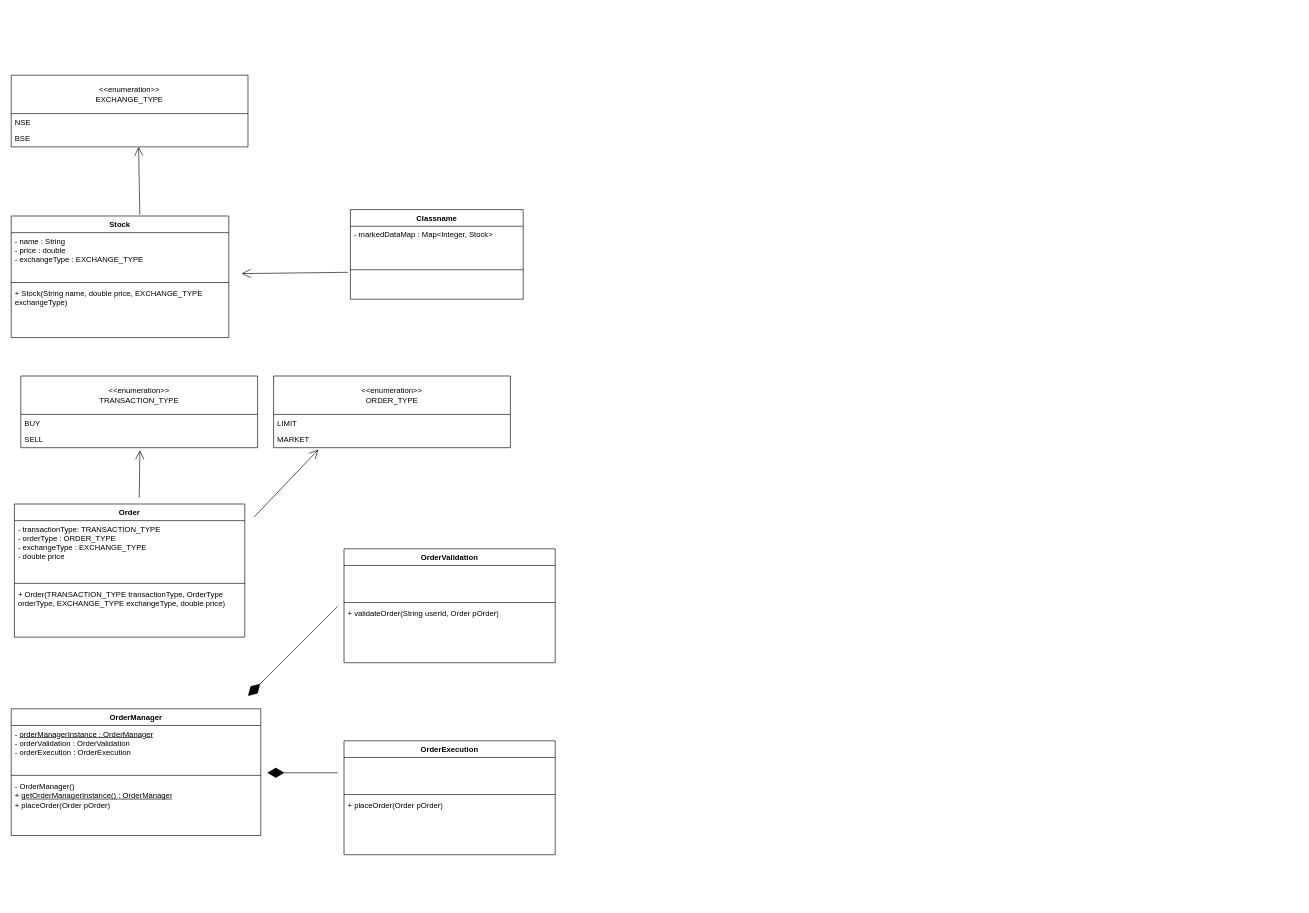
Earlier version of the draw.io diagram stockBroker(zerodha/upstock).drawio (Varma2116/system-design). Source tidied: cells renumbered, new cells numbered last; positions are measured from the earlier drawing's top-left corner, leaving out a move shared by most shapes. Both pictures are drawn from the tidied source at 64%, with x=0, y=0 at pixel (11, 75).
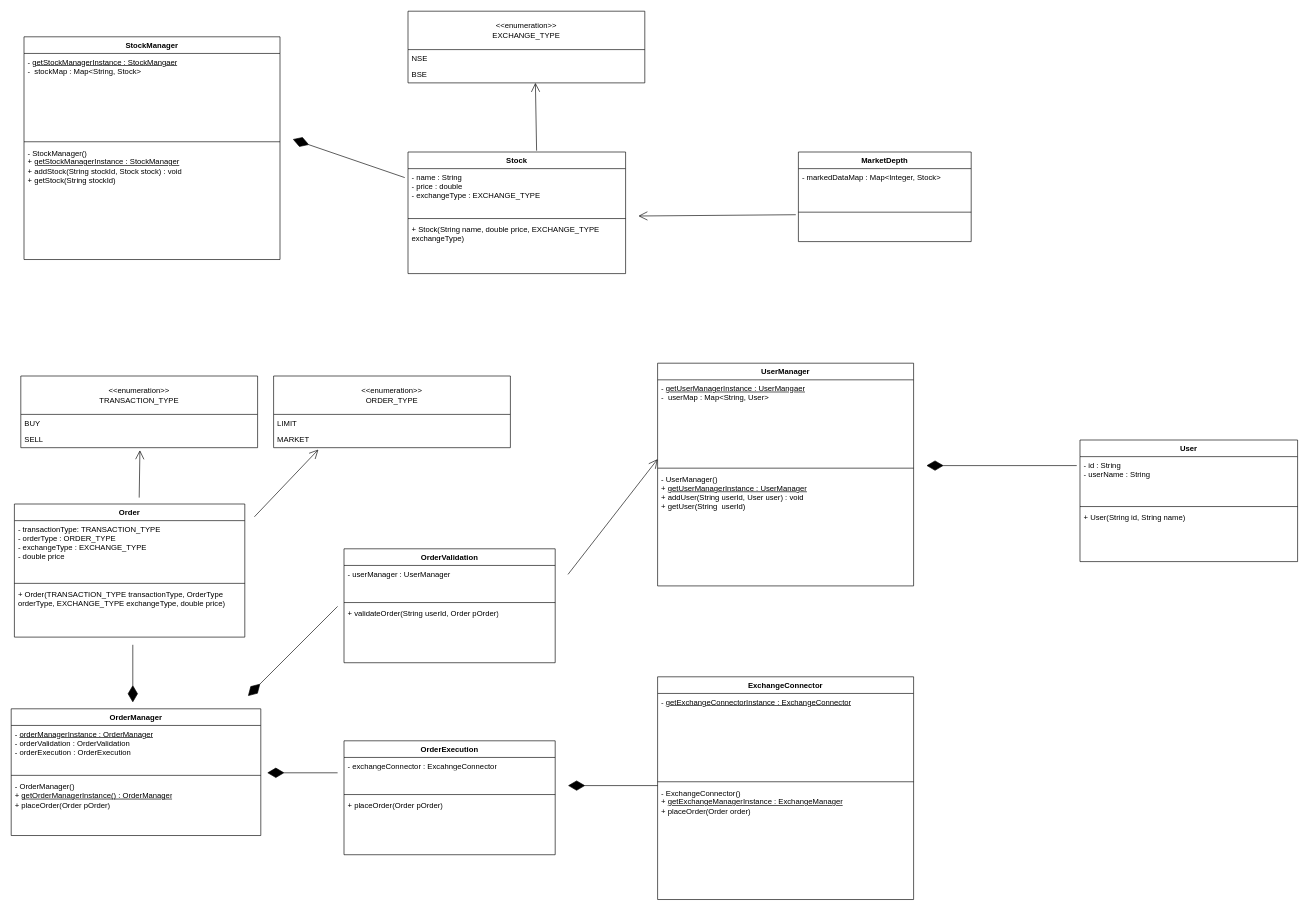
The same page after the edit.

Unchanged cells that the change refers to:
```xml
<mxCell id="3" value="- name : String&lt;div&gt;- price : double&lt;/div&gt;&lt;div&gt;- exchangeType : EXCHANGE_TYPE&lt;/div&gt;" style="text;strokeColor=none;fillColor=none;align=left;verticalAlign=top;spacingLeft=4;spacingRight=4;overflow=hidden;points=[[0,0.5],[1,0.5]];portConstraint=eastwest;whiteSpace=wrap;html=1;" parent="2" vertex="1">
  <mxGeometry y="26" width="340" height="74" as="geometry" />
</mxCell>
<mxCell id="9" value="&lt;div&gt;&lt;br&gt;&lt;/div&gt;" style="text;strokeColor=none;fillColor=none;align=left;verticalAlign=top;spacingLeft=4;spacingRight=4;overflow=hidden;points=[[0,0.5],[1,0.5]];portConstraint=eastwest;whiteSpace=wrap;html=1;" parent="6" vertex="1">
  <mxGeometry y="98" width="270" height="42" as="geometry" />
</mxCell>
<mxCell id="31" value="OrderValidation" style="swimlane;fontStyle=1;align=center;verticalAlign=top;horizontal=1;startSize=26;whiteSpace=wrap;html=1;" parent="1" vertex="1">
  <mxGeometry x="520" y="740" width="330" height="178" as="geometry" />
</mxCell>
<mxCell id="35" value="OrderExecution" style="swimlane;fontStyle=1;align=center;verticalAlign=top;horizontal=1;startSize=26;whiteSpace=wrap;html=1;" parent="1" vertex="1">
  <mxGeometry x="520" y="1040" width="330" height="178" as="geometry" />
</mxCell>
```

What changed in the source:
```diff
@@
     <mxCell id="2" value="Stock" style="swimlane;fontStyle=1;align=center;verticalAlign=top;horizontal=1;startSize=26;whiteSpace=wrap;html=1;" parent="1" vertex="1">
-      <mxGeometry y="220" width="340" height="190" as="geometry" />
+      <mxGeometry x="620" y="120" width="340" height="190" as="geometry" />
     </mxCell>
@@
-    <mxCell id="6" value="Classname" style="swimlane;fontStyle=1;align=center;verticalAlign=top;horizontal=1;startSize=26;whiteSpace=wrap;html=1;" parent="1" vertex="1">
-      <mxGeometry x="530" y="210" width="270" height="140" as="geometry" />
+    <mxCell id="6" value="MarketDepth" style="swimlane;fontStyle=1;align=center;verticalAlign=top;horizontal=1;startSize=26;whiteSpace=wrap;html=1;" parent="1" vertex="1">
+      <mxGeometry x="1230" y="120" width="270" height="140" as="geometry" />
     </mxCell>
@@
     <mxCell id="10" style="endArrow=open;endFill=1;endSize=12;html=1;rounded=0;exitX=-0.015;exitY=0;exitDx=0;exitDy=0;exitPerimeter=0;" parent="1" edge="1" source="9">
       <mxGeometry relative="1" as="geometry">
-        <mxPoint x="360" y="310" as="targetPoint" />
+        <mxPoint x="980" y="220" as="targetPoint" />
       </mxGeometry>
     </mxCell>
@@
     <mxCell id="15" value="&amp;lt;&amp;lt;enumeration&amp;gt;&amp;gt;&lt;div&gt;EXCHANGE_TYPE&lt;/div&gt;" style="swimlane;fontStyle=0;horizontal=1;startSize=60;fillColor=none;whiteSpace=wrap;html=1;" parent="1" vertex="1">
-      <mxGeometry width="370" height="112" as="geometry" />
+      <mxGeometry x="620" y="-100" width="370" height="112" as="geometry" />
     </mxCell>
@@
-    <mxCell id="32" value="&lt;div&gt;&lt;br&gt;&lt;/div&gt;" style="text;strokeColor=none;fillColor=none;align=left;verticalAlign=top;spacingLeft=4;spacingRight=4;overflow=hidden;whiteSpace=wrap;html=1;" parent="31" vertex="1">
+    <mxCell id="32" value="&lt;div&gt;- userManager : UserManager&lt;/div&gt;&lt;div&gt;&lt;br&gt;&lt;/div&gt;" style="text;strokeColor=none;fillColor=none;align=left;verticalAlign=top;spacingLeft=4;spacingRight=4;overflow=hidden;whiteSpace=wrap;html=1;" parent="31" vertex="1">
       <mxGeometry y="26" width="330" height="54" as="geometry" />
     </mxCell>
@@
-    <mxCell id="36" value="&lt;div&gt;&lt;br&gt;&lt;/div&gt;" style="text;strokeColor=none;fillColor=none;align=left;verticalAlign=top;spacingLeft=4;spacingRight=4;overflow=hidden;whiteSpace=wrap;html=1;" parent="35" vertex="1">
+    <mxCell id="36" value="&lt;div&gt;- exchangeConnector : ExcahngeConnector&lt;/div&gt;" style="text;strokeColor=none;fillColor=none;align=left;verticalAlign=top;spacingLeft=4;spacingRight=4;overflow=hidden;whiteSpace=wrap;html=1;" parent="35" vertex="1">
       <mxGeometry y="26" width="330" height="54" as="geometry" />
     </mxCell>
@@
+    <mxCell id="41" value="StockManager" style="swimlane;fontStyle=1;align=center;verticalAlign=top;horizontal=1;startSize=26;whiteSpace=wrap;html=1;" parent="1" vertex="1">
+      <mxGeometry x="20" y="-60" width="400" height="348" as="geometry" />
+    </mxCell>
+    <mxCell id="42" value="- &lt;u&gt;getStockManagerInstance : StockMangaer&lt;/u&gt;&lt;div&gt;-&amp;nbsp; stockMap : Map&amp;lt;String, Stock&amp;gt;&lt;/div&gt;" style="text;strokeColor=none;fillColor=none;align=left;verticalAlign=top;spacingLeft=4;spacingRight=4;overflow=hidden;whiteSpace=wrap;html=1;" parent="41" vertex="1">
+      <mxGeometry y="26" width="400" height="134" as="geometry" />
+    </mxCell>
+    <mxCell id="43" style="line;strokeWidth=1;fillColor=none;align=left;verticalAlign=middle;spacingTop=-1;spacingLeft=3;spacingRight=3;labelPosition=right;strokeColor=inherit;" parent="41" vertex="1">
+      <mxGeometry y="160" width="400" height="8" as="geometry" />
+    </mxCell>
+    <mxCell id="44" value="- StockManager()&lt;div&gt;+ &lt;u&gt;getStockManagerInstance : StockManager&lt;/u&gt;&lt;/div&gt;&lt;div&gt;+ addStock(String stockId, Stock stock) : void&lt;/div&gt;&lt;div&gt;+ getStock(String stockId)&lt;/div&gt;" style="text;strokeColor=none;fillColor=none;align=left;verticalAlign=top;spacingLeft=4;spacingRight=4;overflow=hidden;whiteSpace=wrap;html=1;" parent="41" vertex="1">
+      <mxGeometry y="168" width="400" height="180" as="geometry" />
+    </mxCell>
+    <mxCell id="45" style="endArrow=diamondThin;endFill=1;endSize=24;html=1;rounded=0;exitX=-0.015;exitY=0.189;exitDx=0;exitDy=0;exitPerimeter=0;" parent="1" edge="1" source="3">
+      <mxGeometry relative="1" as="geometry">
+        <mxPoint x="440" y="100" as="targetPoint" />
+      </mxGeometry>
+    </mxCell>
+    <mxCell id="46" value="User" style="swimlane;fontStyle=1;align=center;verticalAlign=top;horizontal=1;startSize=26;whiteSpace=wrap;html=1;" parent="1" vertex="1">
+      <mxGeometry x="1670" y="570" width="340" height="190" as="geometry" />
+    </mxCell>
+    <mxCell id="47" value="- id : String&lt;div&gt;- userName : String&lt;/div&gt;" style="text;strokeColor=none;fillColor=none;align=left;verticalAlign=top;spacingLeft=4;spacingRight=4;overflow=hidden;points=[[0,0.5],[1,0.5]];portConstraint=eastwest;whiteSpace=wrap;html=1;" parent="46" vertex="1">
+      <mxGeometry y="26" width="340" height="74" as="geometry" />
+    </mxCell>
+    <mxCell id="48" style="line;strokeWidth=1;fillColor=none;align=left;verticalAlign=middle;spacingTop=-1;spacingLeft=3;spacingRight=3;labelPosition=right;strokeColor=inherit;" parent="46" vertex="1">
+      <mxGeometry y="100" width="340" height="8" as="geometry" />
+    </mxCell>
+    <mxCell id="49" value="+ User(String id, String name)" style="text;strokeColor=none;fillColor=none;align=left;verticalAlign=top;spacingLeft=4;spacingRight=4;overflow=hidden;whiteSpace=wrap;html=1;" parent="46" vertex="1">
+      <mxGeometry y="108" width="340" height="82" as="geometry" />
+    </mxCell>
+    <mxCell id="50" value="UserManager" style="swimlane;fontStyle=1;align=center;verticalAlign=top;horizontal=1;startSize=26;whiteSpace=wrap;html=1;" parent="1" vertex="1">
+      <mxGeometry x="1010" y="450" width="400" height="348" as="geometry" />
+    </mxCell>
+    <mxCell id="51" value="- &lt;u&gt;getUserManagerInstance : UserMangaer&lt;/u&gt;&lt;div&gt;-&amp;nbsp; userMap : Map&amp;lt;String, User&amp;gt;&lt;/div&gt;" style="text;strokeColor=none;fillColor=none;align=left;verticalAlign=top;spacingLeft=4;spacingRight=4;overflow=hidden;points=[[0,0.5],[1,0.5]];portConstraint=eastwest;whiteSpace=wrap;html=1;" parent="50" vertex="1">
+      <mxGeometry y="26" width="400" height="134" as="geometry" />
+    </mxCell>
+    <mxCell id="52" style="line;strokeWidth=1;fillColor=none;align=left;verticalAlign=middle;spacingTop=-1;spacingLeft=3;spacingRight=3;labelPosition=right;strokeColor=inherit;" parent="50" vertex="1">
+      <mxGeometry y="160" width="400" height="8" as="geometry" />
+    </mxCell>
+    <mxCell id="53" value="- UserManager()&lt;div&gt;+ &lt;u&gt;getUserManagerInstance : UserManager&lt;/u&gt;&lt;/div&gt;&lt;div&gt;+ addUser(String userId, User user) : void&lt;/div&gt;&lt;div&gt;+ getUser(String&amp;nbsp; userId)&lt;/div&gt;" style="text;strokeColor=none;fillColor=none;align=left;verticalAlign=top;spacingLeft=4;spacingRight=4;overflow=hidden;whiteSpace=wrap;html=1;" parent="50" vertex="1">
+      <mxGeometry y="168" width="400" height="180" as="geometry" />
+    </mxCell>
+    <mxCell id="54" style="endArrow=diamondThin;endFill=1;endSize=24;html=1;rounded=0;exitX=-0.015;exitY=0.189;exitDx=0;exitDy=0;exitPerimeter=0;" parent="1" edge="1" source="47">
+      <mxGeometry relative="1" as="geometry">
+        <mxPoint x="1430" y="610" as="targetPoint" />
+      </mxGeometry>
+    </mxCell>
+    <mxCell id="55" style="endArrow=open;endFill=1;endSize=12;html=1;rounded=0;entryX=0;entryY=0.925;entryDx=0;entryDy=0;entryPerimeter=0;" parent="1" edge="1" target="51">
+      <mxGeometry relative="1" as="geometry">
+        <mxPoint x="870" y="780" as="sourcePoint" />
+      </mxGeometry>
+    </mxCell>
+    <mxCell id="56" value="ExchangeConnector" style="swimlane;fontStyle=1;align=center;verticalAlign=top;horizontal=1;startSize=26;whiteSpace=wrap;html=1;" parent="1" vertex="1">
+      <mxGeometry x="1010" y="940" width="400" height="348" as="geometry" />
+    </mxCell>
+    <mxCell id="57" value="- &lt;u&gt;getExchangeConnectorInstance : ExchangeConnector&lt;/u&gt;&lt;div&gt;&lt;br&gt;&lt;/div&gt;" style="text;strokeColor=none;fillColor=none;align=left;verticalAlign=top;spacingLeft=4;spacingRight=4;overflow=hidden;whiteSpace=wrap;html=1;" parent="56" vertex="1">
+      <mxGeometry y="26" width="400" height="134" as="geometry" />
+    </mxCell>
+    <mxCell id="58" style="line;strokeWidth=1;fillColor=none;align=left;verticalAlign=middle;spacingTop=-1;spacingLeft=3;spacingRight=3;labelPosition=right;strokeColor=inherit;" parent="56" vertex="1">
+      <mxGeometry y="160" width="400" height="8" as="geometry" />
+    </mxCell>
+    <mxCell id="59" value="- ExchangeConnector()&lt;div&gt;+ &lt;u&gt;getExchangeManagerInstance : ExchangeManager&lt;/u&gt;&lt;/div&gt;&lt;div&gt;+ placeOrder(Order order)&lt;/div&gt;" style="text;strokeColor=none;fillColor=none;align=left;verticalAlign=top;spacingLeft=4;spacingRight=4;overflow=hidden;points=[[0,0.5],[1,0.5]];portConstraint=eastwest;whiteSpace=wrap;html=1;" parent="56" vertex="1">
+      <mxGeometry y="168" width="400" height="180" as="geometry" />
+    </mxCell>
+    <mxCell id="60" style="endArrow=diamondThin;endFill=1;endSize=24;html=1;rounded=0;exitX=0;exitY=0.011;exitDx=0;exitDy=0;exitPerimeter=0;" parent="1" edge="1" source="59">
+      <mxGeometry relative="1" as="geometry">
+        <mxPoint x="870" y="1110" as="targetPoint" />
+      </mxGeometry>
+    </mxCell>
+    <mxCell id="61" style="endArrow=diamondThin;endFill=1;endSize=24;html=1;rounded=0;" parent="1" edge="1">
+      <mxGeometry relative="1" as="geometry">
+        <mxPoint x="190" y="890" as="sourcePoint" />
+        <mxPoint x="190" y="980" as="targetPoint" />
+      </mxGeometry>
+    </mxCell>
```
